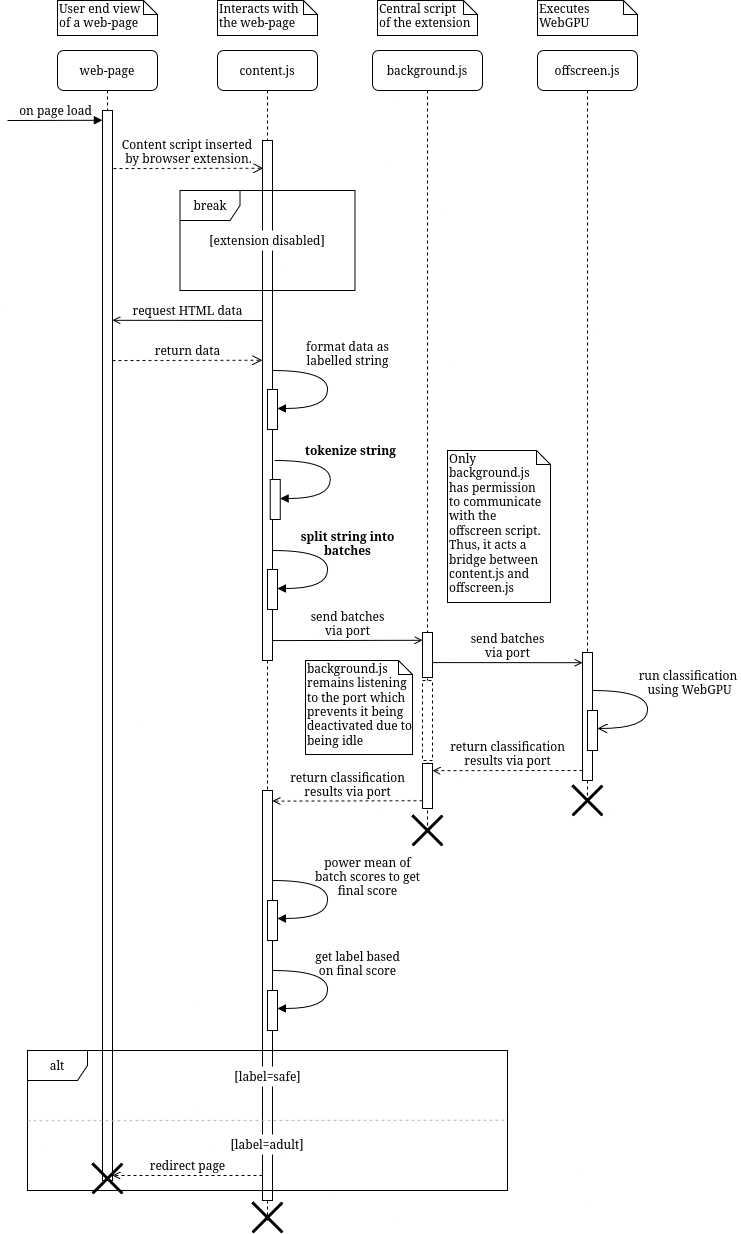
This is diagrams/Sequence_FINAL.drawio.png from 3cho11/PyroBlocker, a draw.io export, as it was before one commit. Source tidied: cells renumbered, new cells last; positions are measured from the earlier drawing's top-left corner, leaving out a move shared by most shapes.
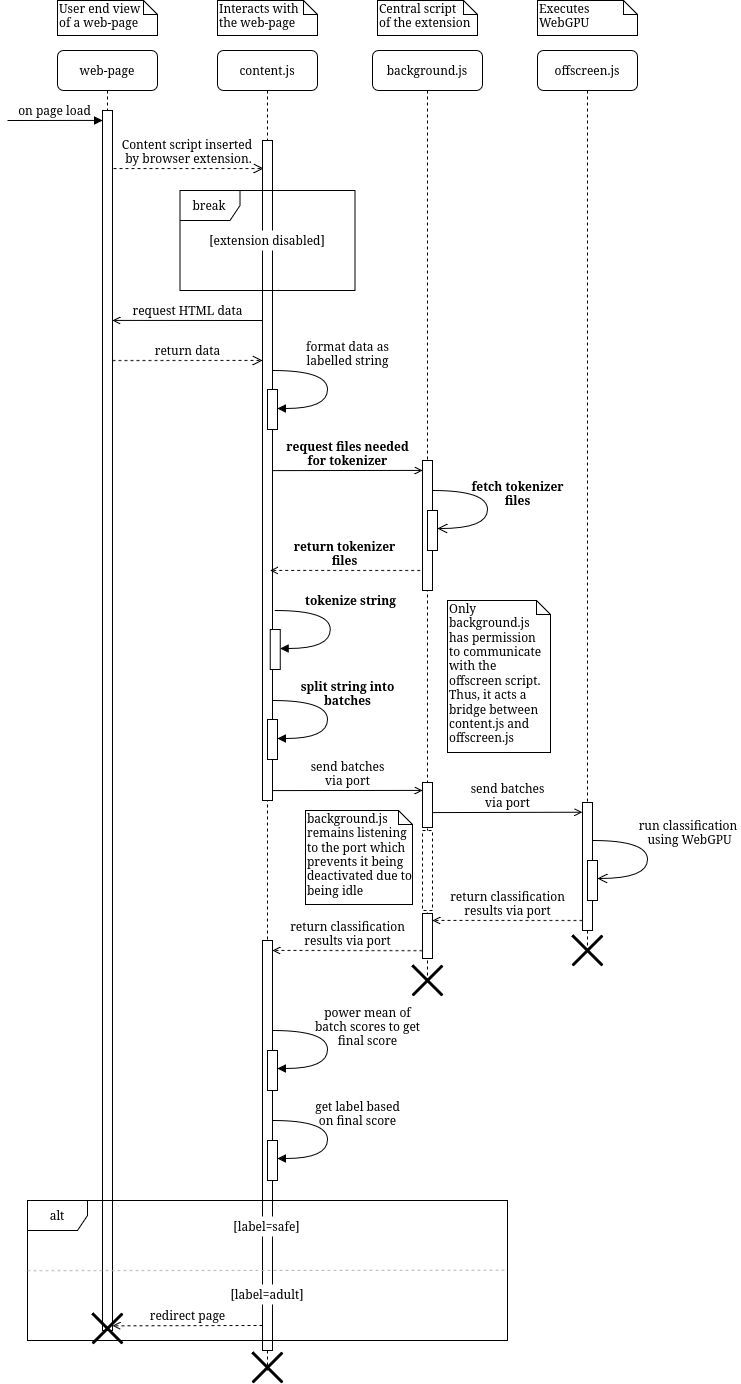
Later version of the same file.

What changed in the source:
```diff
@@ -3,43 +3,52 @@
     <mxCell id="0" />
     <mxCell id="1" parent="0" />
     <mxCell id="2" value="background.js" style="shape=umlLifeline;perimeter=lifelinePerimeter;whiteSpace=wrap;html=1;rounded=1;shadow=0;comic=0;labelBackgroundColor=none;strokeWidth=1;fontFamily=Verdana;fontSize=12;align=center;" parent="1" vertex="1">
-      <mxGeometry x="365" y="50" width="110" height="780" as="geometry" />
+      <mxGeometry x="365" y="50" width="110" height="930" as="geometry" />
     </mxCell>
     <mxCell id="3" style="html=1;perimeter=orthogonalPerimeter;rounded=0;shadow=0;comic=0;labelBackgroundColor=none;strokeWidth=1;fontFamily=Verdana;fontSize=12;align=center;" parent="2" vertex="1">
-      <mxGeometry x="50" y="713" width="10" height="45" as="geometry" />
+      <mxGeometry x="50" y="863" width="10" height="45" as="geometry" />
     </mxCell>
     <mxCell id="4" style="shape=umlDestroy;whiteSpace=wrap;html=1;strokeWidth=3;targetShapes=umlLifeline;" parent="2" vertex="1">
-      <mxGeometry x="40" y="765" width="30" height="30" as="geometry" />
+      <mxGeometry x="40" y="915" width="30" height="30" as="geometry" />
     </mxCell>
+    <mxCell id="50" value="&lt;div&gt;&lt;b&gt;request files needed&lt;/b&gt;&lt;/div&gt;&lt;div&gt;&lt;b&gt;for tokenizer&lt;/b&gt;&lt;/div&gt;" style="html=1;verticalAlign=bottom;endArrow=open;entryX=0;entryY=0;labelBackgroundColor=none;fontFamily=Verdana;fontSize=12;edgeStyle=elbowEdgeStyle;elbow=vertical;endFill=0;" parent="2" edge="1">
+      <mxGeometry relative="1" as="geometry">
+        <mxPoint x="-100" y="420.1" as="sourcePoint" />
+        <mxPoint x="50" y="420" as="targetPoint" />
+      </mxGeometry>
+    </mxCell>
+    <mxCell id="51" style="html=1;perimeter=orthogonalPerimeter;rounded=0;shadow=0;comic=0;labelBackgroundColor=none;strokeWidth=1;fontFamily=Verdana;fontSize=12;align=center;" parent="2" vertex="1">
+      <mxGeometry x="50" y="410" width="10" height="130" as="geometry" />
+    </mxCell>
     <mxCell id="5" value="offscreen.js" style="shape=umlLifeline;perimeter=lifelinePerimeter;whiteSpace=wrap;html=1;rounded=1;shadow=0;comic=0;labelBackgroundColor=none;strokeWidth=1;fontFamily=Verdana;fontSize=12;align=center;" parent="1" vertex="1">
-      <mxGeometry x="530" y="50" width="100" height="750" as="geometry" />
+      <mxGeometry x="530" y="50" width="100" height="900" as="geometry" />
     </mxCell>
     <mxCell id="6" value="&lt;div&gt;send batches&lt;/div&gt;&lt;div&gt;via port&lt;/div&gt;" style="html=1;verticalAlign=bottom;endArrow=open;entryX=0;entryY=0;labelBackgroundColor=none;fontFamily=Verdana;fontSize=12;edgeStyle=elbowEdgeStyle;elbow=vertical;endSize=6;endFill=0;" parent="5" edge="1">
       <mxGeometry relative="1" as="geometry">
-        <mxPoint x="-105" y="612.1" as="sourcePoint" />
-        <mxPoint x="45" y="612" as="targetPoint" />
+        <mxPoint x="-105" y="762.1" as="sourcePoint" />
+        <mxPoint x="45" y="762" as="targetPoint" />
       </mxGeometry>
     </mxCell>
     <mxCell id="7" value="return classification&lt;br&gt;results via port" style="html=1;verticalAlign=bottom;endArrow=open;labelBackgroundColor=none;fontFamily=Verdana;fontSize=12;edgeStyle=elbowEdgeStyle;elbow=vertical;dashed=1;endFill=0;" parent="5" edge="1">
       <mxGeometry relative="1" as="geometry">
-        <mxPoint x="45" y="720" as="sourcePoint" />
-        <mxPoint x="-105" y="720.3" as="targetPoint" />
+        <mxPoint x="45" y="870" as="sourcePoint" />
+        <mxPoint x="-105" y="870.3" as="targetPoint" />
       </mxGeometry>
     </mxCell>
     <mxCell id="8" style="html=1;perimeter=orthogonalPerimeter;rounded=0;shadow=0;comic=0;labelBackgroundColor=none;strokeWidth=1;fontFamily=Verdana;fontSize=12;align=center;" parent="5" vertex="1">
-      <mxGeometry x="-115" y="582" width="10" height="45" as="geometry" />
+      <mxGeometry x="-115" y="732" width="10" height="45" as="geometry" />
     </mxCell>
     <mxCell id="9" style="html=1;perimeter=orthogonalPerimeter;rounded=0;shadow=0;comic=0;labelBackgroundColor=none;strokeWidth=1;fontFamily=Verdana;fontSize=12;align=center;" parent="5" vertex="1">
-      <mxGeometry x="45" y="602" width="10" height="128" as="geometry" />
+      <mxGeometry x="45" y="752" width="10" height="128" as="geometry" />
     </mxCell>
     <mxCell id="10" style="html=1;perimeter=orthogonalPerimeter;rounded=0;shadow=0;comic=0;labelBackgroundColor=none;strokeWidth=1;fontFamily=Verdana;fontSize=12;align=center;dashed=1;" parent="5" vertex="1">
-      <mxGeometry x="-115" y="630" width="10" height="80" as="geometry" />
+      <mxGeometry x="-115" y="780" width="10" height="80" as="geometry" />
     </mxCell>
     <mxCell id="11" value="web-page" style="shape=umlLifeline;perimeter=lifelinePerimeter;whiteSpace=wrap;html=1;rounded=1;shadow=0;comic=0;labelBackgroundColor=none;strokeWidth=1;fontFamily=Verdana;fontSize=12;align=center;" parent="1" vertex="1">
-      <mxGeometry x="50" y="50" width="100" height="1130" as="geometry" />
+      <mxGeometry x="50" y="50" width="100" height="1280" as="geometry" />
     </mxCell>
     <mxCell id="12" style="html=1;perimeter=orthogonalPerimeter;rounded=0;shadow=0;comic=0;labelBackgroundColor=none;strokeWidth=1;fontFamily=Verdana;fontSize=12;align=center;" parent="11" vertex="1">
-      <mxGeometry x="45" y="60" width="10" height="1070" as="geometry" />
+      <mxGeometry x="45" y="60" width="10" height="1220" as="geometry" />
     </mxCell>
     <mxCell id="13" value="&lt;div&gt;on page load&lt;/div&gt;" style="html=1;verticalAlign=bottom;endArrow=block;labelBackgroundColor=none;fontFamily=Verdana;fontSize=12;edgeStyle=elbowEdgeStyle;elbow=vertical;" parent="11" edge="1">
       <mxGeometry relative="1" as="geometry">
@@ -48,10 +57,10 @@
       </mxGeometry>
     </mxCell>
     <mxCell id="14" value="content.js" style="shape=umlLifeline;perimeter=lifelinePerimeter;whiteSpace=wrap;html=1;rounded=1;shadow=0;comic=0;labelBackgroundColor=none;strokeWidth=1;fontFamily=Verdana;fontSize=12;align=center;" parent="1" vertex="1">
-      <mxGeometry x="210" y="50" width="100" height="1170" as="geometry" />
+      <mxGeometry x="210" y="50" width="100" height="1320" as="geometry" />
     </mxCell>
     <mxCell id="15" style="html=1;perimeter=orthogonalPerimeter;rounded=0;shadow=0;comic=0;labelBackgroundColor=none;strokeWidth=1;fontFamily=Verdana;fontSize=12;align=center;" parent="14" vertex="1">
-      <mxGeometry x="45" y="90" width="10" height="520" as="geometry" />
+      <mxGeometry x="45" y="90" width="10" height="660" as="geometry" />
     </mxCell>
     <mxCell id="16" value="&lt;br&gt;&lt;div&gt;format data as&lt;/div&gt;&lt;div&gt;labelled string&lt;/div&gt;" style="html=1;verticalAlign=bottom;endArrow=block;labelBackgroundColor=none;fontFamily=Verdana;fontSize=12;elbow=vertical;edgeStyle=orthogonalEdgeStyle;curved=1;entryX=1;entryY=0.286;entryPerimeter=0;exitX=1.038;exitY=0.345;exitPerimeter=0;" parent="14" edge="1">
       <mxGeometry x="-0.23" y="-20" relative="1" as="geometry">
@@ -68,13 +77,13 @@
       <mxGeometry x="50" y="339" width="10" height="40" as="geometry" />
     </mxCell>
     <mxCell id="18" style="html=1;perimeter=orthogonalPerimeter;rounded=0;shadow=0;comic=0;labelBackgroundColor=none;strokeWidth=1;fontFamily=Verdana;fontSize=12;align=center;" parent="14" vertex="1">
-      <mxGeometry x="45" y="740" width="10" height="410" as="geometry" />
+      <mxGeometry x="45" y="890" width="10" height="410" as="geometry" />
     </mxCell>
     <mxCell id="19" value="[label=safe]" style="rounded=0;whiteSpace=wrap;html=1;strokeColor=none;" parent="14" vertex="1">
-      <mxGeometry x="24.5" y="1016" width="51" height="20" as="geometry" />
+      <mxGeometry x="24.5" y="1166" width="51" height="20" as="geometry" />
     </mxCell>
     <mxCell id="20" value="[label=adult]" style="rounded=0;whiteSpace=wrap;html=1;strokeColor=none;" parent="14" vertex="1">
-      <mxGeometry x="25" y="1084" width="50" height="20" as="geometry" />
+      <mxGeometry x="25" y="1234" width="50" height="20" as="geometry" />
     </mxCell>
     <mxCell id="21" value="request HTML data" style="html=1;verticalAlign=bottom;endArrow=open;labelBackgroundColor=none;fontFamily=Verdana;fontSize=12;edgeStyle=elbowEdgeStyle;elbow=vertical;endFill=0;" parent="14" edge="1">
       <mxGeometry relative="1" as="geometry">
@@ -90,33 +99,33 @@
     </mxCell>
     <mxCell id="23" value="&lt;div&gt;&lt;b&gt;split string into&lt;/b&gt;&lt;/div&gt;&lt;div&gt;&lt;b&gt;batches&lt;/b&gt;&lt;/div&gt;" style="html=1;verticalAlign=bottom;endArrow=block;labelBackgroundColor=none;fontFamily=Verdana;fontSize=12;elbow=vertical;edgeStyle=orthogonalEdgeStyle;curved=1;entryX=1;entryY=0.286;entryPerimeter=0;exitX=1.038;exitY=0.345;exitPerimeter=0;" parent="14" edge="1">
       <mxGeometry x="-0.09" y="20" relative="1" as="geometry">
-        <mxPoint x="55" y="500" as="sourcePoint" />
-        <mxPoint x="60" y="538" as="targetPoint" />
+        <mxPoint x="55" y="650" as="sourcePoint" />
+        <mxPoint x="60" y="688" as="targetPoint" />
         <Array as="points">
-          <mxPoint x="110" y="500" />
-          <mxPoint x="110" y="538" />
+          <mxPoint x="110" y="650" />
+          <mxPoint x="110" y="688" />
         </Array>
       </mxGeometry>
     </mxCell>
     <mxCell id="24" style="html=1;perimeter=orthogonalPerimeter;rounded=0;shadow=0;comic=0;labelBackgroundColor=none;strokeWidth=1;fontFamily=Verdana;fontSize=12;align=center;" parent="14" vertex="1">
-      <mxGeometry x="50" y="519" width="10" height="40" as="geometry" />
+      <mxGeometry x="50" y="669" width="10" height="40" as="geometry" />
     </mxCell>
     <mxCell id="25" value="&lt;div&gt;send batches&lt;/div&gt;&lt;div&gt;via port&lt;/div&gt;" style="html=1;verticalAlign=bottom;endArrow=open;entryX=0;entryY=0;labelBackgroundColor=none;fontFamily=Verdana;fontSize=12;edgeStyle=elbowEdgeStyle;elbow=vertical;endFill=0;" parent="14" edge="1">
       <mxGeometry relative="1" as="geometry">
-        <mxPoint x="55" y="590.1" as="sourcePoint" />
-        <mxPoint x="205" y="590" as="targetPoint" />
+        <mxPoint x="55" y="740.1" as="sourcePoint" />
+        <mxPoint x="205" y="740" as="targetPoint" />
       </mxGeometry>
     </mxCell>
     <mxCell id="26" style="html=1;perimeter=orthogonalPerimeter;rounded=0;shadow=0;comic=0;labelBackgroundColor=none;strokeWidth=1;fontFamily=Verdana;fontSize=12;align=center;" parent="14" vertex="1">
-      <mxGeometry x="50" y="940" width="10" height="40" as="geometry" />
+      <mxGeometry x="50" y="1090" width="10" height="40" as="geometry" />
     </mxCell>
     <mxCell id="27" value="&lt;div&gt;get label based&lt;/div&gt;&lt;div&gt;on final score&lt;/div&gt;" style="html=1;verticalAlign=bottom;endArrow=block;labelBackgroundColor=none;fontFamily=Verdana;fontSize=12;elbow=vertical;edgeStyle=orthogonalEdgeStyle;curved=1;entryX=1;entryY=0.286;entryPerimeter=0;exitX=1.038;exitY=0.345;exitPerimeter=0;" parent="14" edge="1">
       <mxGeometry x="-0.09" y="30" relative="1" as="geometry">
-        <mxPoint x="55" y="920" as="sourcePoint" />
-        <mxPoint x="60" y="958" as="targetPoint" />
+        <mxPoint x="55" y="1070" as="sourcePoint" />
+        <mxPoint x="60" y="1108" as="targetPoint" />
         <Array as="points">
-          <mxPoint x="110" y="920" />
-          <mxPoint x="110" y="958" />
+          <mxPoint x="110" y="1070" />
+          <mxPoint x="110" y="1108" />
         </Array>
       </mxGeometry>
     </mxCell>
@@ -136,31 +145,31 @@
       </mxGeometry>
     </mxCell>
     <mxCell id="32" value="alt" style="shape=umlFrame;whiteSpace=wrap;html=1;" parent="1" vertex="1">
-      <mxGeometry x="20" y="1050" width="480" height="140" as="geometry" />
+      <mxGeometry x="20" y="1200" width="480" height="140" as="geometry" />
     </mxCell>
     <mxCell id="33" style="endArrow=none;dashed=1;html=1;rounded=0;exitX=0.001;exitY=0.562;exitDx=0;exitDy=0;exitPerimeter=0;entryX=1.001;entryY=0.558;entryDx=0;entryDy=0;entryPerimeter=0;fillColor=#bac8d3;strokeColor=#B3B3B3;" parent="1" edge="1">
       <mxGeometry relative="1" as="geometry">
-        <mxPoint x="20" y="1120.2" as="sourcePoint" />
-        <mxPoint x="500" y="1119.6" as="targetPoint" />
+        <mxPoint x="20" y="1270.2" as="sourcePoint" />
+        <mxPoint x="500" y="1269.6" as="targetPoint" />
       </mxGeometry>
     </mxCell>
     <mxCell id="34" style="shape=umlDestroy;whiteSpace=wrap;html=1;strokeWidth=3;targetShapes=umlLifeline;" parent="1" vertex="1">
-      <mxGeometry x="85" y="1163" width="30" height="30" as="geometry" />
+      <mxGeometry x="85" y="1313" width="30" height="30" as="geometry" />
     </mxCell>
     <mxCell id="35" style="shape=umlDestroy;whiteSpace=wrap;html=1;strokeWidth=3;targetShapes=umlLifeline;" parent="1" vertex="1">
-      <mxGeometry x="245" y="1202" width="30" height="30" as="geometry" />
+      <mxGeometry x="245" y="1352" width="30" height="30" as="geometry" />
     </mxCell>
     <mxCell id="36" value="redirect page" style="html=1;verticalAlign=bottom;endArrow=open;labelBackgroundColor=none;fontFamily=Verdana;fontSize=12;edgeStyle=elbowEdgeStyle;elbow=vertical;dashed=1;endFill=0;" parent="1" edge="1">
       <mxGeometry relative="1" as="geometry">
-        <mxPoint x="255" y="1175" as="sourcePoint" />
-        <mxPoint x="105" y="1175.3" as="targetPoint" />
+        <mxPoint x="255" y="1325" as="sourcePoint" />
+        <mxPoint x="105" y="1325.3" as="targetPoint" />
       </mxGeometry>
     </mxCell>
     <mxCell id="37" value="&lt;div&gt;Central script&lt;/div&gt;&lt;div&gt;of the extension&lt;/div&gt;" style="shape=note;whiteSpace=wrap;html=1;size=14;verticalAlign=top;align=left;spacingTop=-6;rounded=0;shadow=0;comic=0;labelBackgroundColor=none;strokeWidth=1;fontFamily=Verdana;fontSize=12;" parent="1" vertex="1">
       <mxGeometry x="370" width="100" height="35" as="geometry" />
     </mxCell>
     <mxCell id="38" value="Only background.js has permission to communicate with the offscreen script. Thus, it acts a bridge between content.js and offscreen.js" style="shape=note;whiteSpace=wrap;html=1;size=14;verticalAlign=top;align=left;spacingTop=-6;rounded=0;shadow=0;comic=0;labelBackgroundColor=none;strokeWidth=1;fontFamily=Verdana;fontSize=12;" parent="1" vertex="1">
-      <mxGeometry x="440" y="450" width="103" height="152" as="geometry" />
+      <mxGeometry x="440" y="600" width="103" height="152" as="geometry" />
     </mxCell>
     <mxCell id="39" value="break" style="shape=umlFrame;whiteSpace=wrap;html=1;" parent="1" vertex="1">
       <mxGeometry x="172.5" y="190" width="175" height="100" as="geometry" />
@@ -170,55 +179,74 @@
     </mxCell>
     <mxCell id="41" value="&lt;b&gt;tokenize string&lt;/b&gt;" style="html=1;verticalAlign=bottom;endArrow=block;labelBackgroundColor=none;fontFamily=Verdana;fontSize=12;elbow=vertical;edgeStyle=orthogonalEdgeStyle;curved=1;entryX=1;entryY=0.286;entryPerimeter=0;exitX=1.038;exitY=0.345;exitPerimeter=0;" parent="1" edge="1">
       <mxGeometry x="-0.23" y="-20" relative="1" as="geometry">
-        <mxPoint x="267.7" y="460" as="sourcePoint" />
-        <mxPoint x="272.7" y="498" as="targetPoint" />
+        <mxPoint x="267.7" y="610" as="sourcePoint" />
+        <mxPoint x="272.7" y="648" as="targetPoint" />
         <Array as="points">
-          <mxPoint x="322.7" y="460" />
-          <mxPoint x="322.7" y="498" />
+          <mxPoint x="322.7" y="610" />
+          <mxPoint x="322.7" y="648" />
         </Array>
         <mxPoint x="40" as="offset" />
       </mxGeometry>
     </mxCell>
     <mxCell id="42" style="html=1;perimeter=orthogonalPerimeter;rounded=0;shadow=0;comic=0;labelBackgroundColor=none;strokeWidth=1;fontFamily=Verdana;fontSize=12;align=center;" parent="1" vertex="1">
-      <mxGeometry x="262.7" y="479" width="10" height="40" as="geometry" />
+      <mxGeometry x="262.7" y="629" width="10" height="40" as="geometry" />
     </mxCell>
     <mxCell id="43" value="background.js remains listening to the port which prevents it being deactivated due to being idle" style="shape=note;whiteSpace=wrap;html=1;size=14;verticalAlign=top;align=left;spacingTop=-6;rounded=0;shadow=0;comic=0;labelBackgroundColor=none;strokeWidth=1;fontFamily=Verdana;fontSize=12;" parent="1" vertex="1">
-      <mxGeometry x="298" y="660" width="107" height="94" as="geometry" />
+      <mxGeometry x="298" y="810" width="107" height="94" as="geometry" />
     </mxCell>
     <mxCell id="44" value="&lt;div&gt;run classification&amp;nbsp;&lt;/div&gt;&lt;div&gt;using WebGPU&lt;/div&gt;" style="html=1;verticalAlign=bottom;endArrow=open;labelBackgroundColor=none;fontFamily=Verdana;fontSize=12;elbow=vertical;edgeStyle=orthogonalEdgeStyle;curved=1;entryX=1;entryY=0.286;entryPerimeter=0;exitX=1.038;exitY=0.345;exitPerimeter=0;endFill=0;endSize=8;" parent="1" edge="1">
       <mxGeometry x="-0.1" y="42" relative="1" as="geometry">
-        <mxPoint x="585" y="690" as="sourcePoint" />
-        <mxPoint x="590" y="728" as="targetPoint" />
+        <mxPoint x="585" y="840" as="sourcePoint" />
+        <mxPoint x="590" y="878" as="targetPoint" />
         <Array as="points">
-          <mxPoint x="640" y="690" />
-          <mxPoint x="640" y="728" />
+          <mxPoint x="640" y="840" />
+          <mxPoint x="640" y="878" />
         </Array>
       </mxGeometry>
     </mxCell>
     <mxCell id="45" style="html=1;perimeter=orthogonalPerimeter;rounded=0;shadow=0;comic=0;labelBackgroundColor=none;strokeWidth=1;fontFamily=Verdana;fontSize=12;align=center;" parent="1" vertex="1">
-      <mxGeometry x="580" y="710" width="10" height="40" as="geometry" />
+      <mxGeometry x="580" y="860" width="10" height="40" as="geometry" />
     </mxCell>
     <mxCell id="46" style="shape=umlDestroy;whiteSpace=wrap;html=1;strokeWidth=3;targetShapes=umlLifeline;" parent="1" vertex="1">
-      <mxGeometry x="565" y="785" width="30" height="30" as="geometry" />
+      <mxGeometry x="565" y="935" width="30" height="30" as="geometry" />
     </mxCell>
     <mxCell id="47" value="return classification&lt;br&gt;results via port" style="html=1;verticalAlign=bottom;endArrow=open;labelBackgroundColor=none;fontFamily=Verdana;fontSize=12;edgeStyle=elbowEdgeStyle;elbow=vertical;dashed=1;endFill=0;" parent="1" edge="1">
       <mxGeometry relative="1" as="geometry">
-        <mxPoint x="415" y="800.2" as="sourcePoint" />
-        <mxPoint x="265" y="800.5" as="targetPoint" />
+        <mxPoint x="415" y="950.2" as="sourcePoint" />
+        <mxPoint x="265" y="950.5" as="targetPoint" />
       </mxGeometry>
     </mxCell>
     <mxCell id="48" style="html=1;perimeter=orthogonalPerimeter;rounded=0;shadow=0;comic=0;labelBackgroundColor=none;strokeWidth=1;fontFamily=Verdana;fontSize=12;align=center;" parent="1" vertex="1">
-      <mxGeometry x="260" y="900" width="10" height="40" as="geometry" />
+      <mxGeometry x="260" y="1050" width="10" height="40" as="geometry" />
     </mxCell>
     <mxCell id="49" value="&lt;div&gt;power mean of &lt;br&gt;&lt;/div&gt;&lt;div&gt;batch scores to get&lt;/div&gt;&lt;div&gt;final score&lt;/div&gt;" style="html=1;verticalAlign=bottom;endArrow=block;labelBackgroundColor=none;fontFamily=Verdana;fontSize=12;elbow=vertical;edgeStyle=orthogonalEdgeStyle;curved=1;entryX=1;entryY=0.286;entryPerimeter=0;exitX=1.038;exitY=0.345;exitPerimeter=0;" parent="1" edge="1">
       <mxGeometry x="0.05" y="40" relative="1" as="geometry">
-        <mxPoint x="265" y="880" as="sourcePoint" />
-        <mxPoint x="270" y="918" as="targetPoint" />
+        <mxPoint x="265" y="1030" as="sourcePoint" />
+        <mxPoint x="270" y="1068" as="targetPoint" />
         <Array as="points">
-          <mxPoint x="320" y="880" />
-          <mxPoint x="320" y="918" />
+          <mxPoint x="320" y="1030" />
+          <mxPoint x="320" y="1068" />
         </Array>
       </mxGeometry>
     </mxCell>
+    <mxCell id="52" value="&lt;div&gt;&lt;b&gt;fetch tokenizer&lt;/b&gt;&lt;/div&gt;&lt;div&gt;&lt;b&gt;files&lt;/b&gt;&lt;/div&gt;" style="html=1;verticalAlign=bottom;endArrow=open;labelBackgroundColor=none;fontFamily=Verdana;fontSize=12;elbow=vertical;edgeStyle=orthogonalEdgeStyle;curved=1;entryX=1;entryY=0.286;entryPerimeter=0;exitX=1.038;exitY=0.345;exitPerimeter=0;endFill=0;endSize=8;" parent="1" edge="1">
+      <mxGeometry x="0.05" y="30" relative="1" as="geometry">
+        <mxPoint x="425" y="490" as="sourcePoint" />
+        <mxPoint x="430" y="528" as="targetPoint" />
+        <Array as="points">
+          <mxPoint x="480" y="490" />
+          <mxPoint x="480" y="528" />
+        </Array>
+      </mxGeometry>
+    </mxCell>
+    <mxCell id="53" style="html=1;perimeter=orthogonalPerimeter;rounded=0;shadow=0;comic=0;labelBackgroundColor=none;strokeWidth=1;fontFamily=Verdana;fontSize=12;align=center;" parent="1" vertex="1">
+      <mxGeometry x="420" y="510" width="10" height="40" as="geometry" />
+    </mxCell>
+    <mxCell id="54" value="&lt;div&gt;&lt;b&gt;return tokenizer&lt;/b&gt;&lt;/div&gt;&lt;div&gt;&lt;b&gt;files&lt;/b&gt;&lt;/div&gt;" style="html=1;verticalAlign=bottom;endArrow=open;labelBackgroundColor=none;fontFamily=Verdana;fontSize=12;edgeStyle=elbowEdgeStyle;elbow=vertical;dashed=1;endFill=0;" parent="1" edge="1">
+      <mxGeometry relative="1" as="geometry">
+        <mxPoint x="412.7" y="570" as="sourcePoint" />
+        <mxPoint x="262.7" y="570.3" as="targetPoint" />
+      </mxGeometry>
+    </mxCell>
   </root>
 </mxGraphModel>
```
